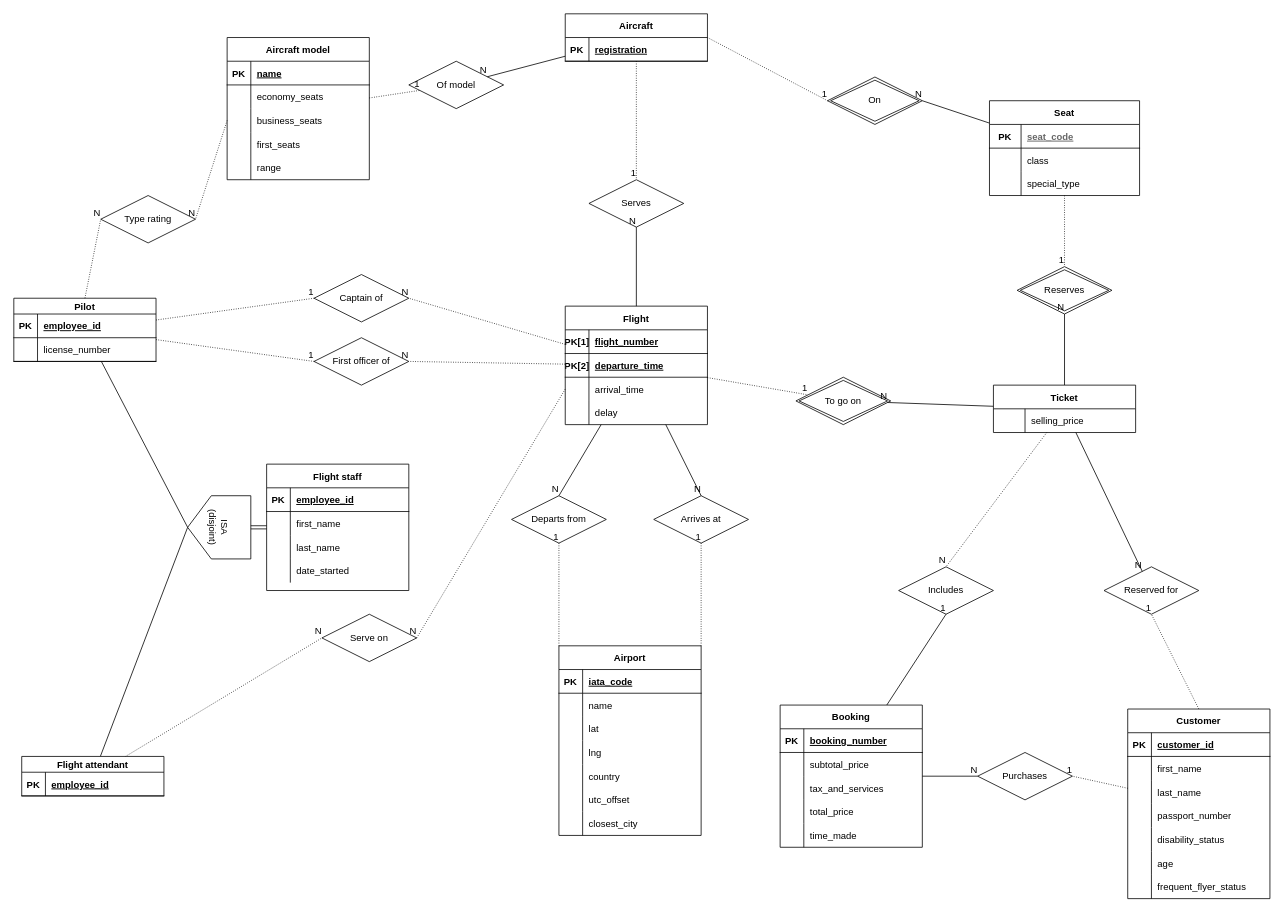
lyulka/comp3278 keeps this draw.io diagram as Airline system ER diagram.drawio. Above is the earlier version. Source tidied: cells renumbered, new cells numbered last; positions are measured from the earlier drawing's top-left corner, leaving out a move shared by most shapes. Both pictures are drawn from the tidied source at 79%, with x=0, y=0 at pixel (13, 13).
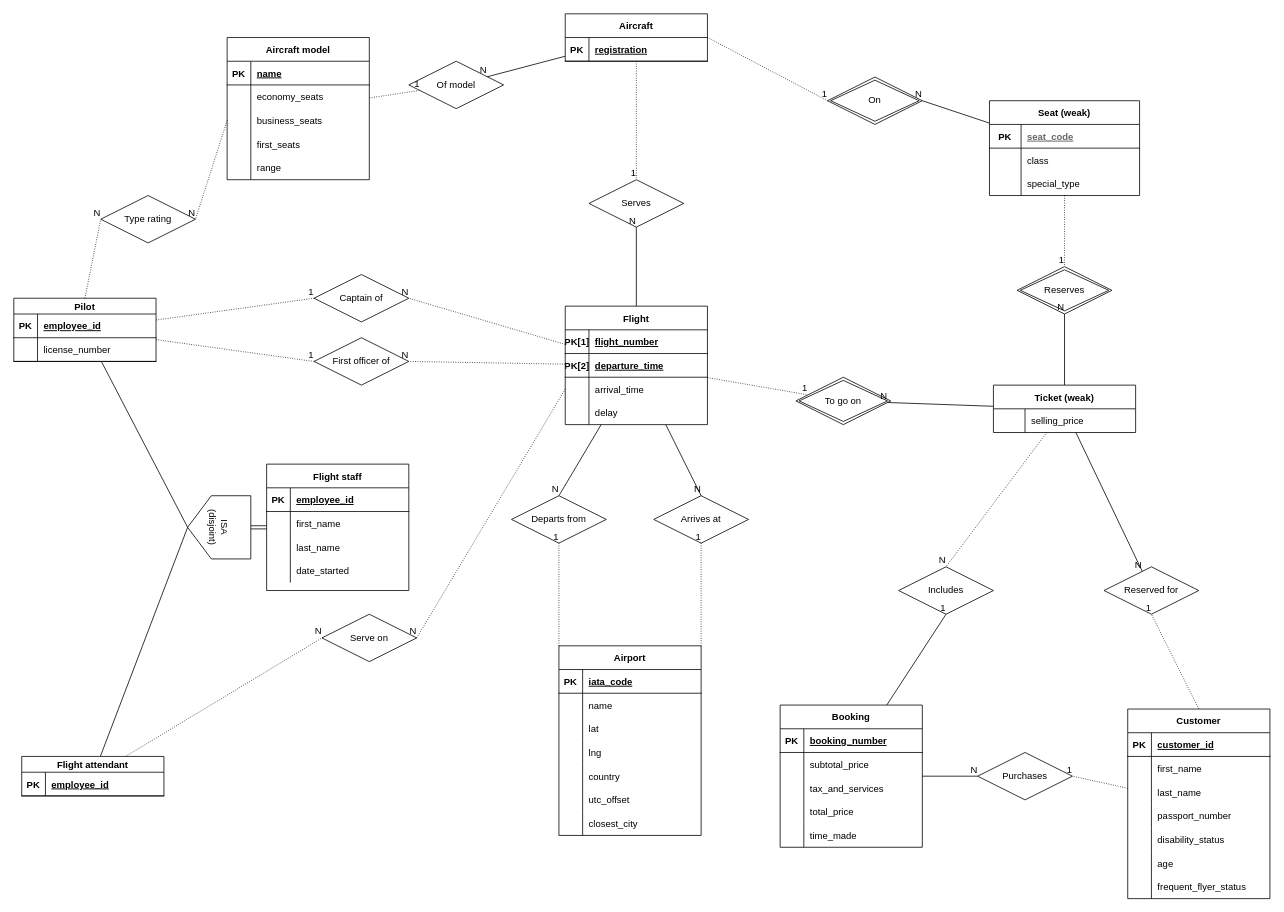
The same diagram, later.

Commit message:
Add 'weak' labeling for weak entity sets

Diff of the diagram source:
```diff
@@
-    <mxCell id="176" value="Ticket" style="shape=table;startSize=30;childLayout=tableLayout;rowLines=0;fontStyle=1;align=center;" parent="1" vertex="1">
+    <mxCell id="176" value="Ticket (weak)" style="shape=table;startSize=30;childLayout=tableLayout;rowLines=0;fontStyle=1;align=center;" parent="1" vertex="1">
       <mxGeometry x="1240" y="470" width="180" height="60" as="geometry" />
     </mxCell>
@@
-    <mxCell id="196" value="Seat" style="shape=table;startSize=30;childLayout=tableLayout;rowLines=0;fontStyle=1;align=center;" parent="1" vertex="1">
+    <mxCell id="196" value="Seat (weak)" style="shape=table;startSize=30;childLayout=tableLayout;rowLines=0;fontStyle=1;align=center;" parent="1" vertex="1">
       <mxGeometry x="1235" y="110" width="190" height="120" as="geometry" />
     </mxCell>
```
